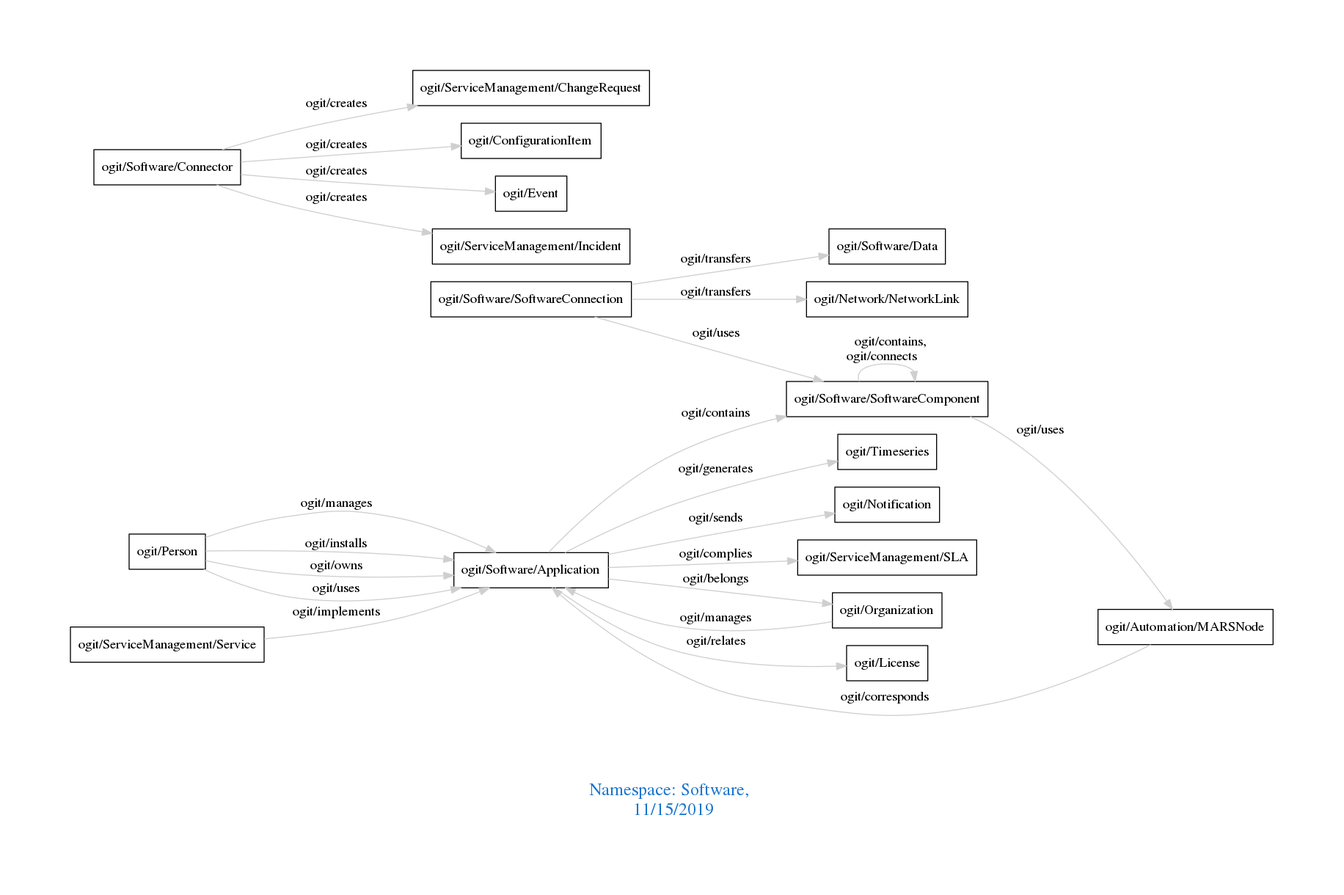
Above: downloads/Software.png in arago/OGIT (Graphviz), before the change. Its source is kept beside it as downloads/Software.dot.
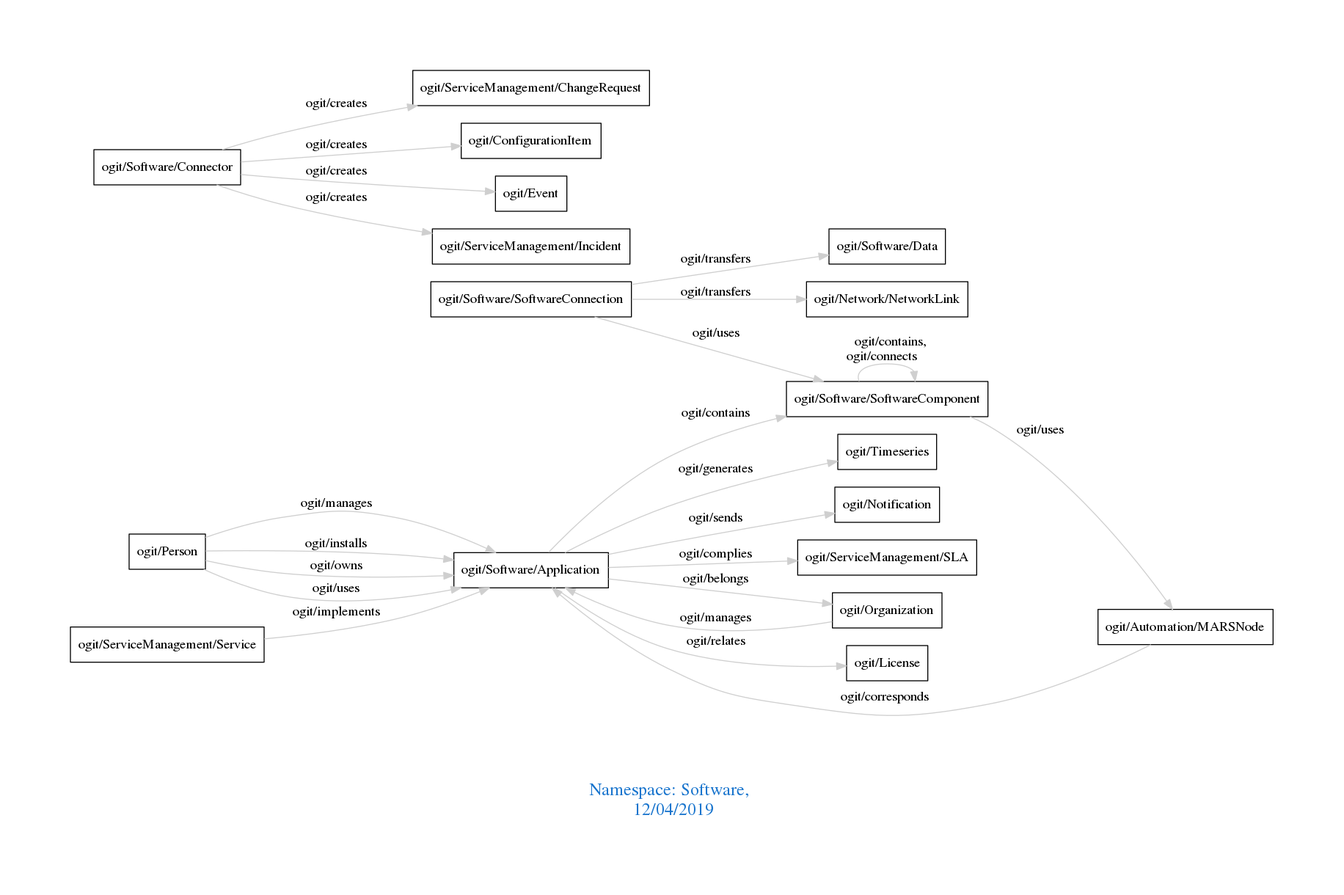
After the commit.

Change to the diagram source:
```diff
@@ -1,7 +1,7 @@
 digraph OGIT_ontology {
  graph [ rankdir= LR,pad=1
 fontsize = 18,
-fontcolor= dodgerblue3,label = "\n\n\nNamespace: Software, \n 11/15/2019"];
+fontcolor= dodgerblue3,label = "\n\n\nNamespace: Software, \n 12/04/2019"];
 node[shape=polygon];
 edge [  color="gray81"];
 
```
